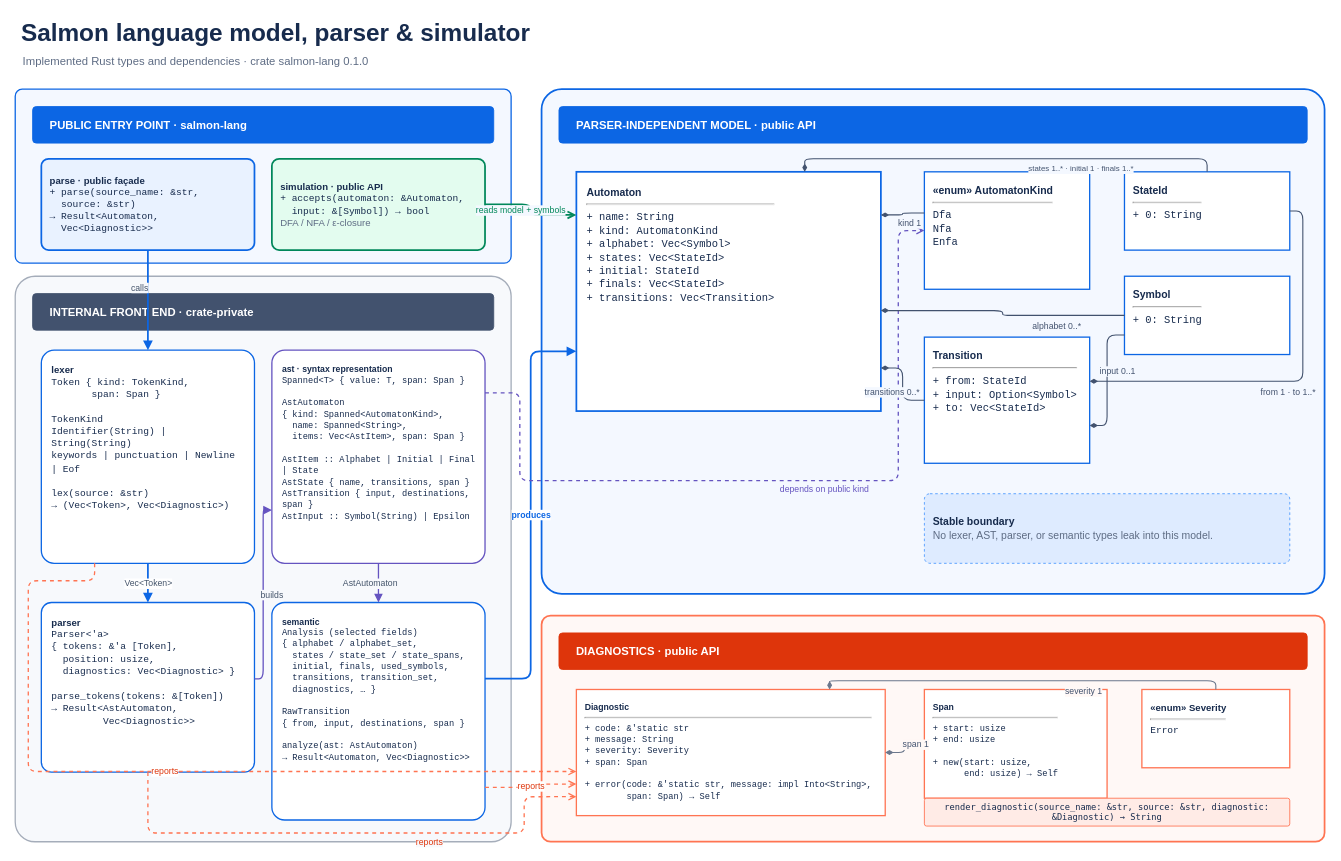
Earlier version of the draw.io diagram docs/diagrams/class-diagram.drawio (Matias-Sanmiguel/Salmon). Source tidied: cells renumbered, new cells numbered last; positions are measured from the earlier drawing's top-left corner, leaving out a move shared by most shapes. Both pictures are drawn from the tidied source at 87%, with x=0, y=0 at pixel (15, 15).
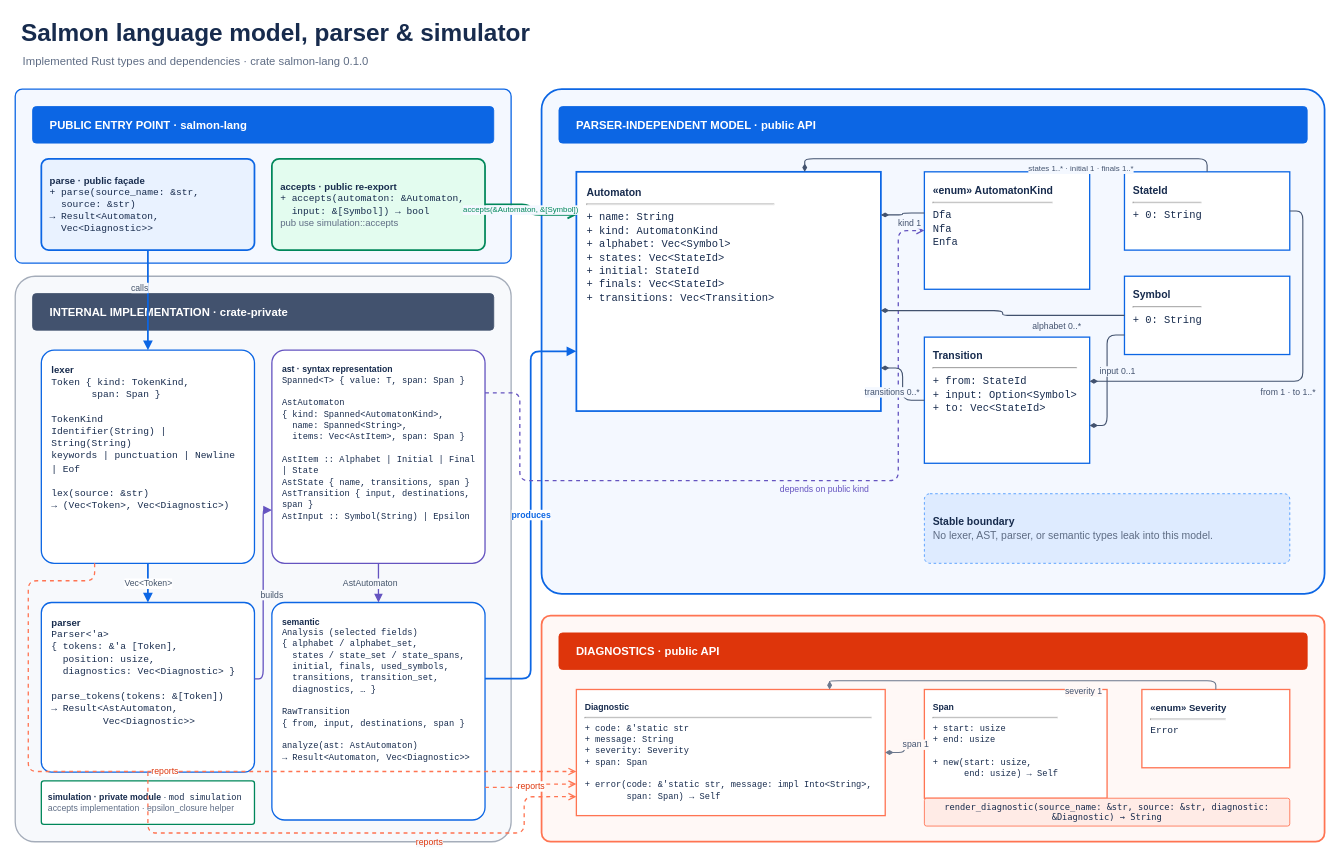
The same diagram, later.

Commit message (it also covers changes not shown here):
docs: clarify simulation diagram flows

The change refers to these unchanged cells:
```xml
<mxCell id="16" value="&lt;div style=&quot;text-align:left&quot;&gt;&lt;b&gt;Automaton&lt;/b&gt;&lt;hr&gt;&lt;font face=&quot;monospace&quot;&gt;+ name: String&lt;br&gt;+ kind: AutomatonKind&lt;br&gt;+ alphabet: Vec&amp;lt;Symbol&amp;gt;&lt;br&gt;+ states: Vec&amp;lt;StateId&amp;gt;&lt;br&gt;+ initial: StateId&lt;br&gt;+ finals: Vec&amp;lt;StateId&amp;gt;&lt;br&gt;+ transitions: Vec&amp;lt;Transition&amp;gt;&lt;/font&gt;&lt;/div&gt;" style="rounded=0;whiteSpace=wrap;html=1;fillColor=#FFFFFF;strokeColor=#0C66E4;strokeWidth=2;fontColor=#172B4D;fontSize=12;align=left;verticalAlign=top;spacing=12;" parent="1" vertex="1">
  <mxGeometry x="645" y="180" width="350" height="275" as="geometry" />
</mxCell>
```

Diff of the diagram source:
```diff
@@
-    <mxCell id="7" value="INTERNAL FRONT END · crate-private" style="rounded=1;whiteSpace=wrap;html=1;fillColor=#42526E;strokeColor=#42526E;fontColor=#FFFFFF;fontStyle=1;fontSize=13;align=left;spacingLeft=18;arcSize=10;" parent="1" vertex="1">
+    <mxCell id="7" value="INTERNAL IMPLEMENTATION · crate-private" style="rounded=1;whiteSpace=wrap;html=1;fillColor=#42526E;strokeColor=#42526E;fontColor=#FFFFFF;fontStyle=1;fontSize=13;align=left;spacingLeft=18;arcSize=10;" parent="1" vertex="1">
       <mxGeometry x="20" y="320" width="530" height="42" as="geometry" />
     </mxCell>
@@
-    <mxCell id="9" value="&lt;div style=&quot;text-align:left&quot;&gt;&lt;b&gt;simulation · public API&lt;/b&gt;&lt;br&gt;&lt;font face=&quot;monospace&quot;&gt;+ accepts(automaton: &amp;amp;Automaton,&lt;br&gt;&amp;nbsp;&amp;nbsp;input: &amp;amp;[Symbol]) → bool&lt;/font&gt;&lt;br&gt;&lt;font color=&quot;#5E6C84&quot;&gt;DFA / NFA / ε-closure&lt;/font&gt;&lt;/div&gt;" style="rounded=1;whiteSpace=wrap;html=1;fillColor=#E3FCEF;strokeColor=#00875A;strokeWidth=2;fontColor=#172B4D;fontSize=11;align=left;verticalAlign=middle;spacing=10;arcSize=8;" parent="1" vertex="1">
-      <mxGeometry x="295" y="165" width="245" height="105" as="geometry" />
-    </mxCell>
+    <mxCell id="46" value="&lt;div style=&quot;text-align:left&quot;&gt;&lt;b&gt;accepts · public re-export&lt;/b&gt;&lt;br&gt;&lt;font face=&quot;monospace&quot;&gt;+ accepts(automaton: &amp;amp;Automaton,&lt;br&gt;&amp;nbsp;&amp;nbsp;input: &amp;amp;[Symbol]) → bool&lt;/font&gt;&lt;br&gt;&lt;font color=&quot;#5E6C84&quot;&gt;pub use simulation::accepts&lt;/font&gt;&lt;/div&gt;" style="rounded=1;whiteSpace=wrap;html=1;fillColor=#E3FCEF;strokeColor=#00875A;strokeWidth=2;fontColor=#172B4D;fontSize=11;align=left;verticalAlign=middle;spacing=10;arcSize=8;" parent="1" vertex="1">
+      <mxGeometry x="295" y="165" width="245" height="105" as="geometry" />
+    </mxCell>
@@
+    <mxCell id="47" value="&lt;b&gt;simulation · private module&lt;/b&gt; · &lt;font face=&quot;monospace&quot;&gt;mod simulation&lt;/font&gt;&lt;br&gt;&lt;font color=&quot;#5E6C84&quot;&gt;accepts implementation · epsilon_closure helper&lt;/font&gt;" style="rounded=1;whiteSpace=wrap;html=1;fillColor=#FFFFFF;strokeColor=#00875A;strokeWidth=1.5;fontColor=#172B4D;fontSize=10;align=left;verticalAlign=middle;spacing=8;arcSize=6;" parent="1" vertex="1">
+      <mxGeometry x="30" y="880" width="245" height="50" as="geometry" />
+    </mxCell>
@@
-    <mxCell id="29" value="reads model + symbols" style="edgeStyle=orthogonalEdgeStyle;rounded=1;jettySize=auto;html=1;strokeColor=#00875A;strokeWidth=2;endArrow=open;endFill=0;fontSize=10;fontColor=#00875A;labelBackgroundColor=#F4F8FF;exitX=1;exitY=0.5;exitDx=0;exitDy=0;entryX=0;entryY=0.18;entryDx=0;entryDy=0;" parent="1" edge="1" source="9" target="16">
-      <mxGeometry y="-12" relative="1" as="geometry" />
-    </mxCell>
+    <mxCell id="48" value="accepts(&amp;amp;Automaton, &amp;amp;[Symbol])" style="edgeStyle=orthogonalEdgeStyle;rounded=1;jettySize=auto;html=1;strokeColor=#00875A;strokeWidth=2;endArrow=open;endFill=0;fontSize=9;fontColor=#00875A;labelBackgroundColor=#F4F8FF;exitX=1;exitY=0.5;exitDx=0;exitDy=0;entryX=0;entryY=0.18;entryDx=0;entryDy=0;" parent="1" edge="1" source="46" target="16">
+      <mxGeometry y="-12" relative="1" as="geometry" />
+    </mxCell>
```
